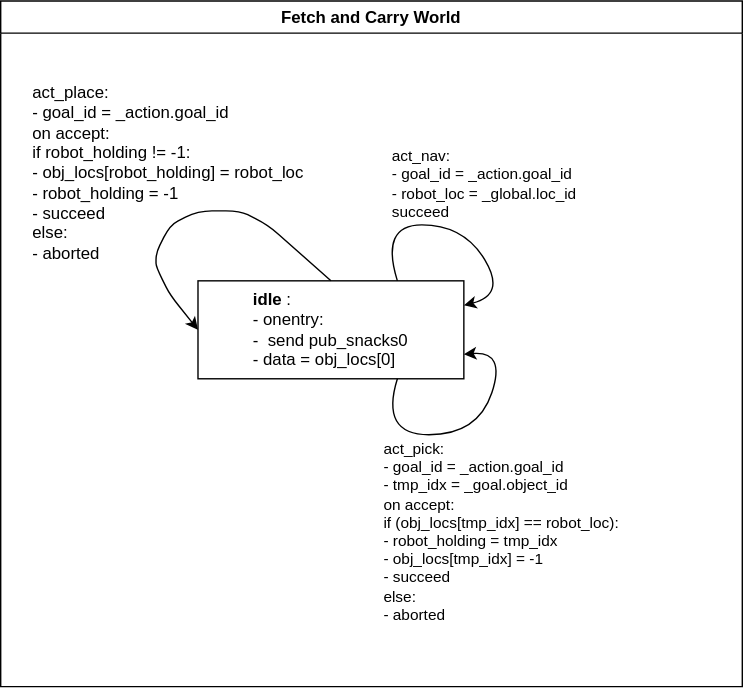
The draw.io diagram docs/source/graphics/scxml_tutorial_ros_fetch_and_carry_world.drawio.svg in convince-project/AS2FM, before a commit. Source tidied: cells renumbered, new cells last; positions are measured from the earlier drawing's top-left corner, leaving out a move shared by most shapes. The source it was exported from:
```xml
<mxGraphModel>
  <root>
    <mxCell id="0" />
    <mxCell id="1" parent="0" />
    <mxCell id="2" value="Fetch and Carry World" style="swimlane;" parent="1" vertex="1">
      <mxGeometry width="530" height="490" as="geometry" />
    </mxCell>
    <mxCell id="3" value="&lt;div style=&quot;text-align: left;&quot;&gt;&lt;span style=&quot;background-color: initial;&quot;&gt;&lt;b&gt;idle&lt;/b&gt;:&lt;/span&gt;&lt;/div&gt;&lt;div style=&quot;text-align: left;&quot;&gt;&lt;span style=&quot;background-color: initial;&quot;&gt;- onentry:&lt;/span&gt;&lt;/div&gt;&lt;div style=&quot;text-align: left;&quot;&gt;&lt;span style=&quot;background-color: initial;&quot;&gt;&amp;nbsp; -&amp;nbsp; send pub_snacks0&lt;/span&gt;&lt;/div&gt;&lt;div style=&quot;text-align: left;&quot;&gt;&lt;span style=&quot;background-color: initial;&quot;&gt;&amp;nbsp; &amp;nbsp; - data = obj_locs[0]&lt;/span&gt;&lt;/div&gt;" style="rounded=0;whiteSpace=wrap;html=1;" parent="2" vertex="1">
      <mxGeometry x="141" y="200" width="190" height="70" as="geometry" />
    </mxCell>
    <mxCell id="4" value="act_nav:&lt;br&gt;- goal_id = _action.goal_id&lt;br&gt;&lt;div style=&quot;&quot;&gt;&lt;/div&gt;&lt;div style=&quot;&quot;&gt;- robot_loc = _global.loc_id&lt;br&gt;succeed&lt;/div&gt;" style="edgeStyle=none;html=1;exitX=0.75;exitY=0;exitDx=0;exitDy=0;entryX=1;entryY=0.25;entryDx=0;entryDy=0;curved=1;align=left;verticalAlign=bottom;" parent="2" edge="1" source="3" target="3">
      <mxGeometry x="-0.5" relative="1" as="geometry">
        <Array as="points">
          <mxPoint x="271" y="160" />
          <mxPoint x="331" y="160" />
          <mxPoint x="361" y="210" />
        </Array>
      </mxGeometry>
    </mxCell>
    <mxCell id="5" value="act_pick:&lt;br&gt;- goal_id = _action.goal_id&lt;br&gt;- tmp_idx = _goal.object_id&lt;br&gt;on accept:&lt;br&gt;if (obj_locs[tmp_idx] == robot_loc):&lt;br&gt;- robot_holding = tmp_idx&lt;br&gt;- obj_locs[tmp_idx] = -1&amp;nbsp;&lt;br&gt;- succeed&lt;br&gt;else:&lt;br&gt;- aborted" style="edgeStyle=none;curved=1;html=1;exitX=0.75;exitY=1;exitDx=0;exitDy=0;entryX=1;entryY=0.75;entryDx=0;entryDy=0;align=left;verticalAlign=top;labelBackgroundColor=none;" parent="2" edge="1" source="3" target="3">
      <mxGeometry x="-0.62" relative="1" as="geometry">
        <Array as="points">
          <mxPoint x="271" y="310" />
          <mxPoint x="341" y="310" />
          <mxPoint x="361" y="250" />
        </Array>
      </mxGeometry>
    </mxCell>
    <mxCell id="6" style="edgeStyle=none;html=1;entryX=0;entryY=0.5;entryDx=0;entryDy=0;exitX=0.5;exitY=0;exitDx=0;exitDy=0;" parent="2" edge="1" source="3" target="3">
      <mxGeometry relative="1" as="geometry">
        <Array as="points">
          <mxPoint x="191" y="160" />
          <mxPoint x="171" y="150" />
          <mxPoint x="141" y="150" />
          <mxPoint x="121" y="160" />
          <mxPoint x="111" y="180" />
          <mxPoint x="111" y="190" />
          <mxPoint x="121" y="210" />
        </Array>
      </mxGeometry>
    </mxCell>
    <mxCell id="7" value="act_place:&lt;br&gt;- goal_id = _action.goal_id&lt;br&gt;on accept:&lt;br&gt;if robot_holding != -1:&lt;br&gt;- obj_locs[robot_holding] = robot_loc&lt;br&gt;- robot_holding = -1&lt;br&gt;- succeed&lt;br&gt;else:&lt;br&gt;- aborted" style="text;strokeColor=none;align=left;fillColor=none;html=1;verticalAlign=middle;whiteSpace=wrap;rounded=0;" parent="2" vertex="1">
      <mxGeometry x="21" y="68" width="260" height="110" as="geometry" />
    </mxCell>
  </root>
</mxGraphModel>
```
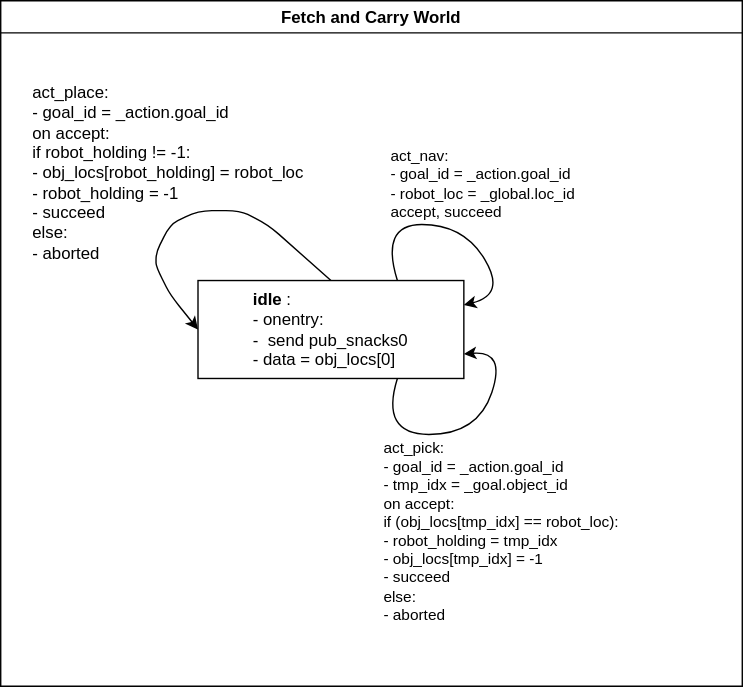
After the change.

Commit message:
extend fetch and carry tutorial description with probabilistic part and retry in BT

What changed in the source:
```diff
@@ -8,7 +8,7 @@
     <mxCell id="3" value="&lt;div style=&quot;text-align: left;&quot;&gt;&lt;span style=&quot;background-color: initial;&quot;&gt;&lt;b&gt;idle&lt;/b&gt;:&lt;/span&gt;&lt;/div&gt;&lt;div style=&quot;text-align: left;&quot;&gt;&lt;span style=&quot;background-color: initial;&quot;&gt;- onentry:&lt;/span&gt;&lt;/div&gt;&lt;div style=&quot;text-align: left;&quot;&gt;&lt;span style=&quot;background-color: initial;&quot;&gt;&amp;nbsp; -&amp;nbsp; send pub_snacks0&lt;/span&gt;&lt;/div&gt;&lt;div style=&quot;text-align: left;&quot;&gt;&lt;span style=&quot;background-color: initial;&quot;&gt;&amp;nbsp; &amp;nbsp; - data = obj_locs[0]&lt;/span&gt;&lt;/div&gt;" style="rounded=0;whiteSpace=wrap;html=1;" parent="2" vertex="1">
       <mxGeometry x="141" y="200" width="190" height="70" as="geometry" />
     </mxCell>
-    <mxCell id="4" value="act_nav:&lt;br&gt;- goal_id = _action.goal_id&lt;br&gt;&lt;div style=&quot;&quot;&gt;&lt;/div&gt;&lt;div style=&quot;&quot;&gt;- robot_loc = _global.loc_id&lt;br&gt;succeed&lt;/div&gt;" style="edgeStyle=none;html=1;exitX=0.75;exitY=0;exitDx=0;exitDy=0;entryX=1;entryY=0.25;entryDx=0;entryDy=0;curved=1;align=left;verticalAlign=bottom;" parent="2" edge="1" source="3" target="3">
+    <mxCell id="4" value="act_nav:&lt;br&gt;- goal_id = _action.goal_id&lt;br&gt;&lt;div style=&quot;&quot;&gt;&lt;/div&gt;&lt;div style=&quot;&quot;&gt;- robot_loc = _global.loc_id&lt;br&gt;accept, succeed&lt;/div&gt;" style="edgeStyle=none;html=1;exitX=0.75;exitY=0;exitDx=0;exitDy=0;entryX=1;entryY=0.25;entryDx=0;entryDy=0;curved=1;align=left;verticalAlign=bottom;" parent="2" edge="1" source="3" target="3">
       <mxGeometry x="-0.5" relative="1" as="geometry">
         <Array as="points">
           <mxPoint x="271" y="160" />
```
